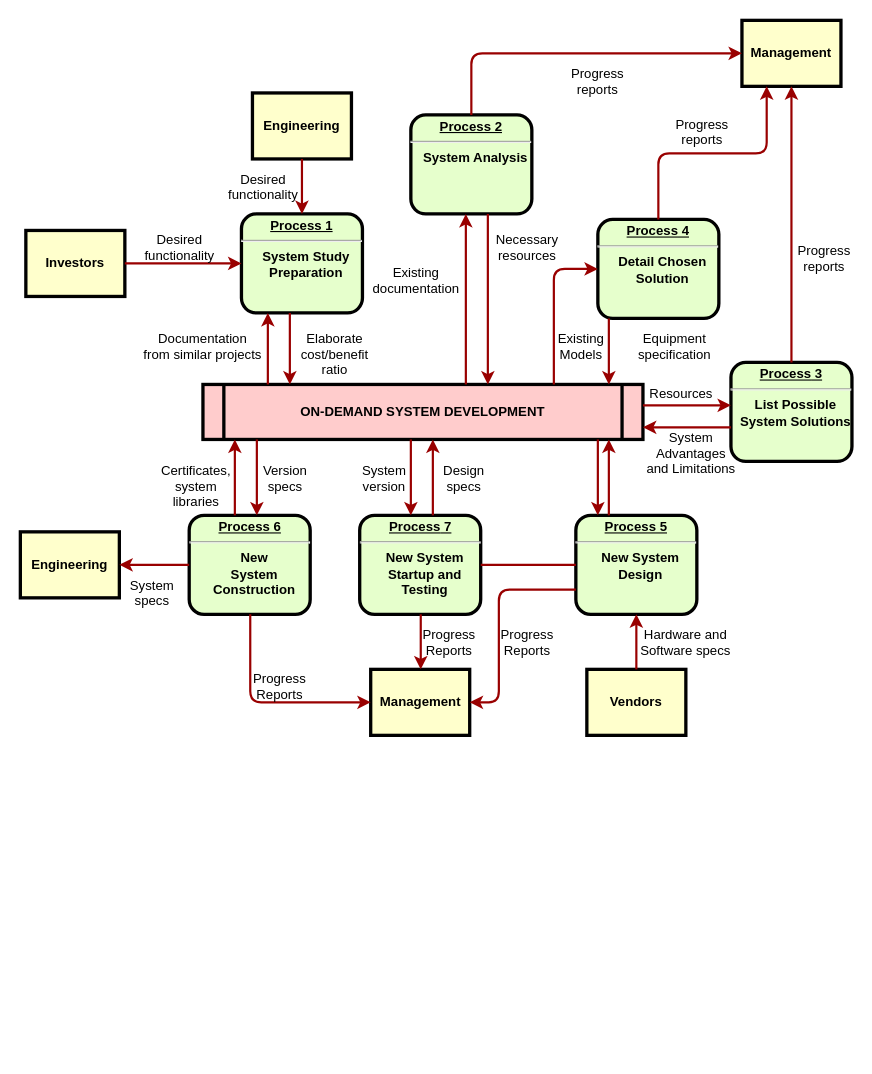
Earlier version of the draw.io diagram TMP/Diagrama sin título.drawio (mlizettelm/TESIS). Source tidied: cells renumbered, new cells numbered last; positions are measured from the earlier drawing's top-left corner, leaving out a move shared by most shapes. Both pictures are drawn from the tidied source at 110%, with x=0, y=0 at pixel (20, 20).
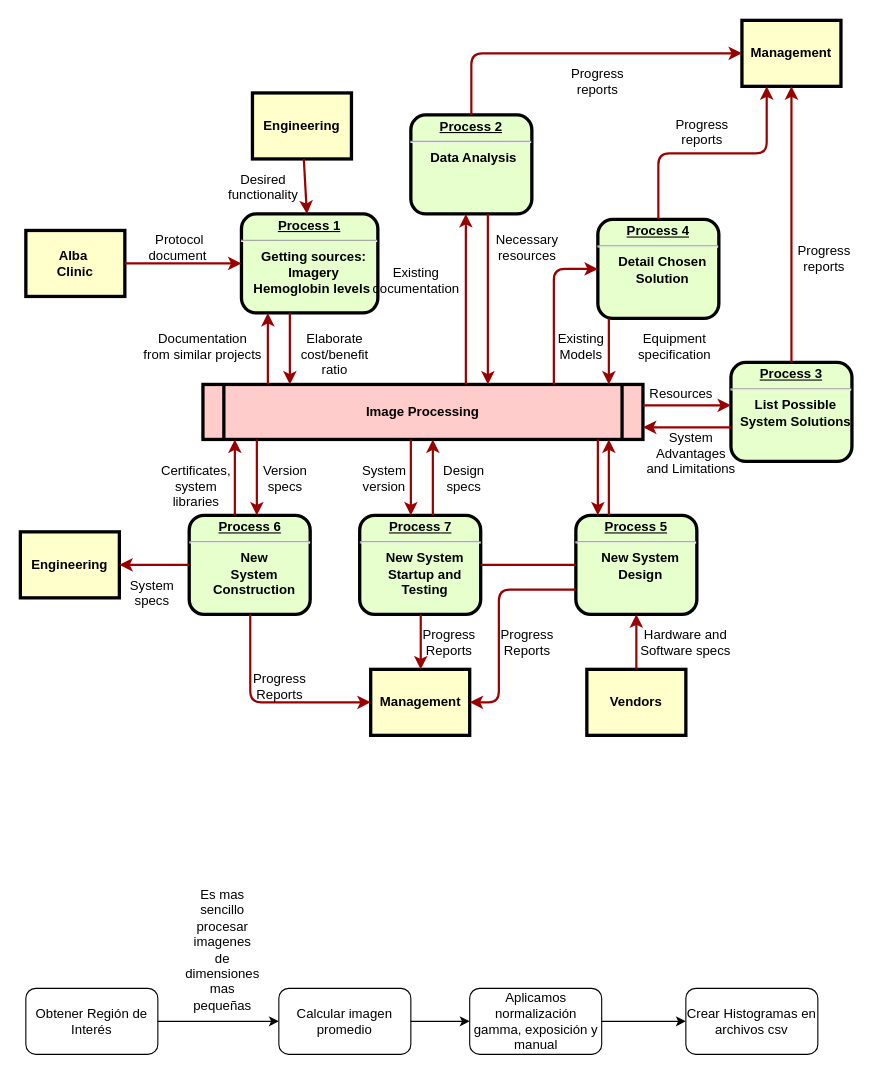
Above is the later version.

Change to the diagram source:
```diff
@@
-    <mxCell id="2" value="&lt;p style=&quot;margin: 0px; margin-top: 4px; text-align: center; text-decoration: underline;&quot;&gt;&lt;strong&gt;Process 1&lt;br /&gt;&lt;/strong&gt;&lt;/p&gt;&lt;hr /&gt;&lt;p style=&quot;margin: 0px; margin-left: 8px;&quot;&gt;System Study&lt;/p&gt;&lt;p style=&quot;margin: 0px; margin-left: 8px;&quot;&gt;Preparation&lt;/p&gt;" style="verticalAlign=middle;align=center;overflow=fill;fontSize=12;fontFamily=Helvetica;html=1;rounded=1;fontStyle=1;strokeWidth=3;fillColor=#E6FFCC;" parent="1" vertex="1">
-      <mxGeometry x="201" y="176" width="110" height="90" as="geometry" />
+    <mxCell id="2" value="&lt;p style=&quot;margin: 0px; margin-top: 4px; text-align: center; text-decoration: underline;&quot;&gt;&lt;strong&gt;Process 1&lt;br&gt;&lt;/strong&gt;&lt;/p&gt;&lt;hr&gt;&lt;p style=&quot;margin: 0px; margin-left: 8px;&quot;&gt;Getting sources:&lt;br&gt;&lt;/p&gt;&lt;p style=&quot;margin: 0px; margin-left: 8px;&quot;&gt;Imagery&lt;/p&gt;&lt;p style=&quot;margin: 0px; margin-left: 8px;&quot;&gt;Hemoglobin levels&amp;nbsp;&lt;/p&gt;" style="verticalAlign=middle;align=center;overflow=fill;fontSize=12;fontFamily=Helvetica;html=1;rounded=1;fontStyle=1;strokeWidth=3;fillColor=#E6FFCC;" parent="1" vertex="1">
+      <mxGeometry x="201" y="176" width="124" height="90" as="geometry" />
     </mxCell>
@@
-    <mxCell id="4" value="Investors" style="whiteSpace=wrap;align=center;verticalAlign=middle;fontStyle=1;strokeWidth=3;fillColor=#FFFFCC;" parent="1" vertex="1">
+    <mxCell id="4" value="Alba &#10;Clinic" style="whiteSpace=wrap;align=center;verticalAlign=middle;fontStyle=1;strokeWidth=3;fillColor=#FFFFCC;" parent="1" vertex="1">
       <mxGeometry x="5" y="191" width="90" height="60" as="geometry" />
     </mxCell>
-    <mxCell id="5" value="ON-DEMAND SYSTEM DEVELOPMENT" style="shape=process;whiteSpace=wrap;align=center;verticalAlign=middle;size=0.0475;fontStyle=1;strokeWidth=3;fillColor=#FFCCCC;" parent="1" vertex="1">
+    <mxCell id="5" value="Image Processing" style="shape=process;whiteSpace=wrap;align=center;verticalAlign=middle;size=0.0475;fontStyle=1;strokeWidth=3;fillColor=#FFCCCC;" parent="1" vertex="1">
       <mxGeometry x="166" y="331" width="400" height="50" as="geometry" />
     </mxCell>
-    <mxCell id="6" value="&lt;p style=&quot;margin: 0px; margin-top: 4px; text-align: center; text-decoration: underline;&quot;&gt;&lt;strong&gt;Process 2&lt;br /&gt;&lt;/strong&gt;&lt;/p&gt;&lt;hr /&gt;&lt;p style=&quot;margin: 0px; margin-left: 8px;&quot;&gt;System Analysis&lt;/p&gt;" style="verticalAlign=middle;align=center;overflow=fill;fontSize=12;fontFamily=Helvetica;html=1;rounded=1;fontStyle=1;strokeWidth=3;fillColor=#E6FFCC;" parent="1" vertex="1">
+    <mxCell id="6" value="&lt;p style=&quot;margin: 0px; margin-top: 4px; text-align: center; text-decoration: underline;&quot;&gt;&lt;strong&gt;Process 2&lt;br&gt;&lt;/strong&gt;&lt;/p&gt;&lt;hr&gt;&lt;p style=&quot;margin: 0px; margin-left: 8px;&quot;&gt;Data Analysis&amp;nbsp;&lt;/p&gt;" style="verticalAlign=middle;align=center;overflow=fill;fontSize=12;fontFamily=Helvetica;html=1;rounded=1;fontStyle=1;strokeWidth=3;fillColor=#E6FFCC;" parent="1" vertex="1">
       <mxGeometry x="355" y="86" width="110" height="90" as="geometry" />
     </mxCell>
@@
-    <mxCell id="19" value="Desired &#10;functionality" style="text;spacingTop=-5;align=center;" parent="1" vertex="1">
+    <mxCell id="19" value="Protocol&#10;document " style="text;spacingTop=-5;align=center;" parent="1" vertex="1">
       <mxGeometry x="130" y="191" width="30" height="20" as="geometry" />
     </mxCell>
@@
+    <mxCell id="63" value="Obtener Región de Interés" style="rounded=1;whiteSpace=wrap;html=1;" parent="1" vertex="1">
+      <mxGeometry x="5" y="880" width="120" height="60" as="geometry" />
+    </mxCell>
+    <mxCell id="64" value="Calcular imagen promedio" style="rounded=1;whiteSpace=wrap;html=1;" parent="1" vertex="1">
+      <mxGeometry x="235" y="880" width="120" height="60" as="geometry" />
+    </mxCell>
+    <mxCell id="65" style="endArrow=classic;html=1;rounded=0;" parent="1" edge="1" source="63" target="64">
+      <mxGeometry relative="1" as="geometry" />
+    </mxCell>
+    <mxCell id="66" value="Es mas sencillo procesar imagenes de dimensiones mas pequeñas" style="text;html=1;align=center;verticalAlign=middle;whiteSpace=wrap;rounded=0;" parent="1" vertex="1">
+      <mxGeometry x="153.5" y="830" width="60" height="30" as="geometry" />
+    </mxCell>
+    <mxCell id="67" value="Aplicamos normalización gamma, exposición y manual" style="rounded=1;whiteSpace=wrap;html=1;" parent="1" vertex="1">
+      <mxGeometry x="408.5" y="880" width="120" height="60" as="geometry" />
+    </mxCell>
+    <mxCell id="68" style="endArrow=classic;html=1;rounded=0;exitX=1;exitY=0.5;exitDx=0;exitDy=0;entryX=0;entryY=0.5;entryDx=0;entryDy=0;" parent="1" edge="1" source="64" target="67">
+      <mxGeometry relative="1" as="geometry" />
+    </mxCell>
+    <mxCell id="69" value="Crear Histogramas en archivos csv" style="rounded=1;whiteSpace=wrap;html=1;" parent="1" vertex="1">
+      <mxGeometry x="605" y="880" width="120" height="60" as="geometry" />
+    </mxCell>
+    <mxCell id="70" style="endArrow=classic;html=1;rounded=0;exitX=1;exitY=0.5;exitDx=0;exitDy=0;entryX=0;entryY=0.5;entryDx=0;entryDy=0;" parent="1" edge="1" source="67" target="69">
+      <mxGeometry relative="1" as="geometry" />
+    </mxCell>
```
